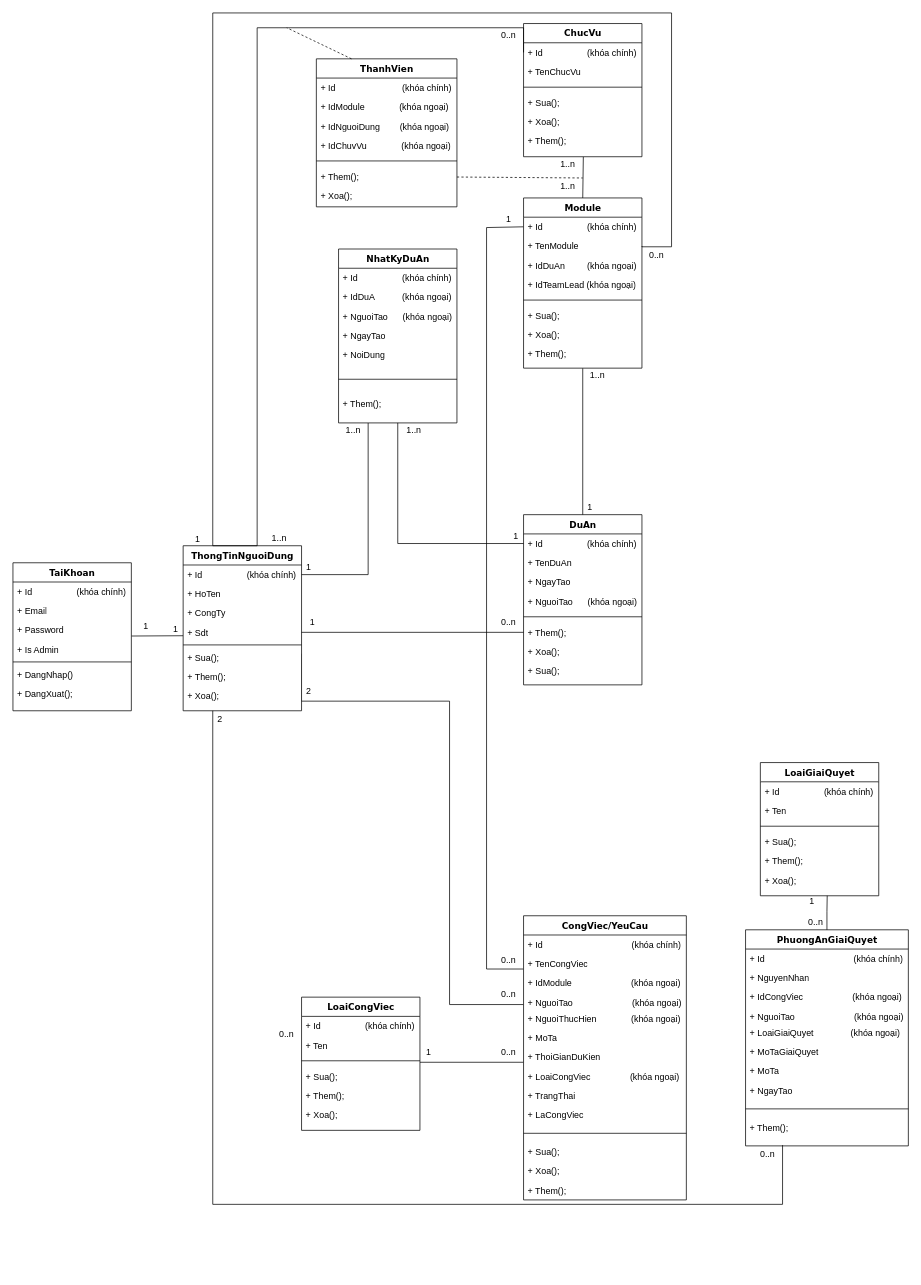
Before: page "Page-4" (4 of 4) of document/bieu do/bieu dolop/bieudolop.drawio in vukal2k/MyDoAn, a draw.io diagram. Source tidied: cells renumbered, new cells numbered last; positions are measured from the earlier drawing's top-left corner, leaving out a move shared by most shapes. Both pictures are drawn from the tidied source at 74%, with x=0, y=0 at pixel (13, 13).
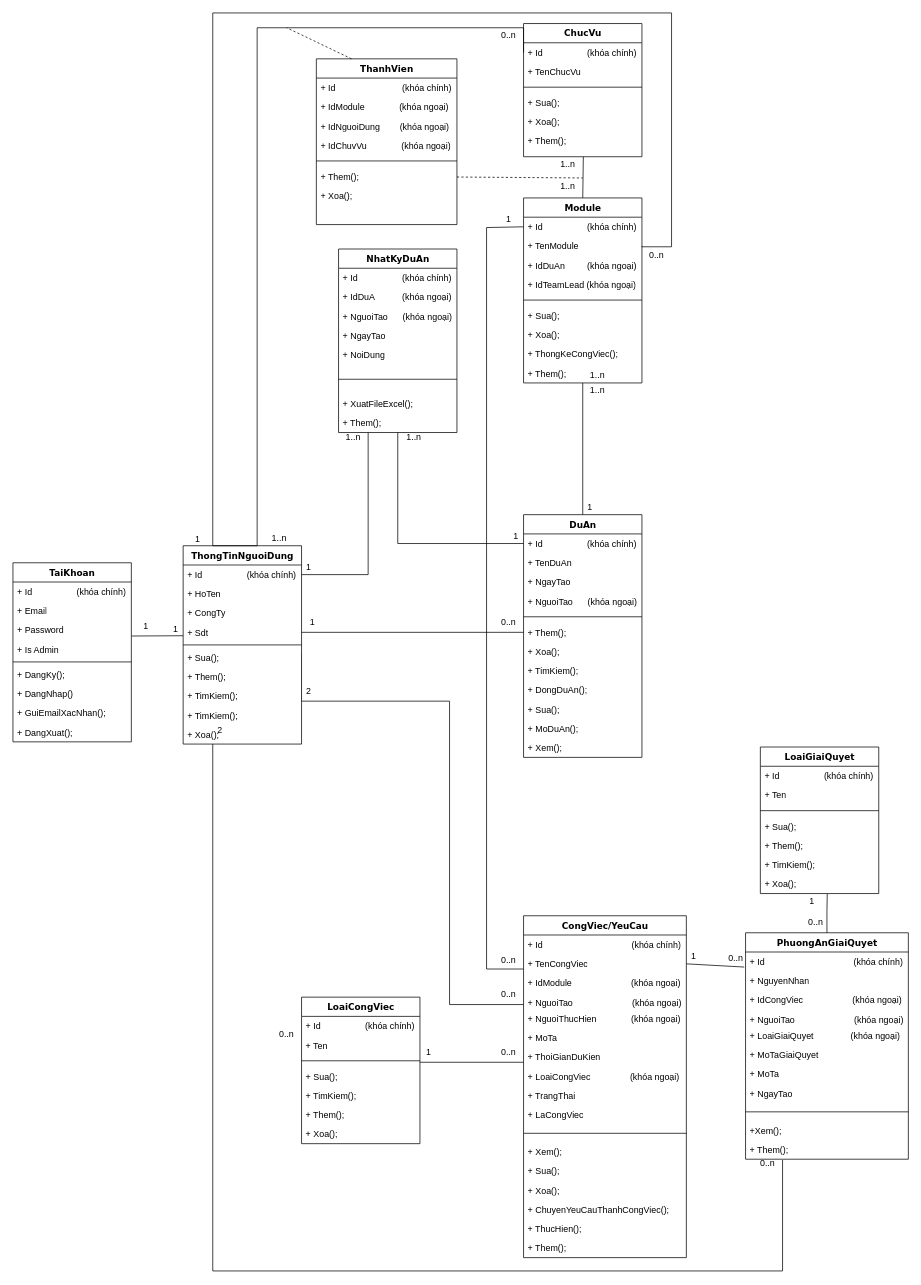
The same diagram, later.

The change refers to these unchanged cells:
```xml
<mxCell id="42" value="+ TenCongViec" style="text;html=1;strokeColor=none;fillColor=none;align=left;verticalAlign=top;spacingLeft=4;spacingRight=4;whiteSpace=wrap;overflow=hidden;points=[[0,0.5],[1,0.5]];portConstraint=eastwest;" parent="40" vertex="1">
  <mxGeometry y="52" width="220" height="26" as="geometry" />
</mxCell>
<mxCell id="57" value="+ Id&amp;nbsp; &amp;nbsp; &amp;nbsp; &amp;nbsp; &amp;nbsp; &amp;nbsp; &amp;nbsp; &amp;nbsp; &amp;nbsp; &amp;nbsp; &amp;nbsp; &amp;nbsp; &amp;nbsp; &amp;nbsp; &amp;nbsp; &amp;nbsp; &amp;nbsp; &amp;nbsp; (khóa chính)" style="text;html=1;strokeColor=none;fillColor=none;align=left;verticalAlign=top;spacingLeft=4;spacingRight=4;whiteSpace=wrap;overflow=hidden;points=[[0,0.5],[1,0.5]];portConstraint=eastwest;" parent="56" vertex="1">
  <mxGeometry y="26" width="220" height="26" as="geometry" />
</mxCell>
```

What changed in the source:
```diff
@@
     <mxCell id="16" value="ThongTinNguoiDung" style="swimlane;html=1;fontStyle=1;align=center;verticalAlign=top;horizontal=1;startSize=26;swimlaneFillColor=#ffffff;rounded=0;shadow=0;comic=0;labelBackgroundColor=none;strokeColor=#000000;strokeWidth=1;fillColor=none;fontFamily=Verdana;fontSize=12;fontColor=#000000;" parent="1" vertex="1">
-      <mxGeometry x="230" y="720" width="160" height="223" as="geometry" />
+      <mxGeometry x="230" y="720" width="160" height="268" as="geometry" />
     </mxCell>
@@
+    <mxCell id="143" value="+ TimKiem();" style="text;html=1;strokeColor=none;fillColor=none;align=left;verticalAlign=top;spacingLeft=4;spacingRight=4;whiteSpace=wrap;overflow=hidden;" parent="16" vertex="1">
+      <mxGeometry y="190" width="160" height="26" as="geometry" />
+    </mxCell>
+    <mxCell id="144" value="+ TimKiem();" style="text;html=1;strokeColor=none;fillColor=none;align=left;verticalAlign=top;spacingLeft=4;spacingRight=4;whiteSpace=wrap;overflow=hidden;" parent="16" vertex="1">
+      <mxGeometry y="216" width="160" height="26" as="geometry" />
+    </mxCell>
     <mxCell id="24" value="+ Xoa();" style="text;html=1;strokeColor=none;fillColor=none;align=left;verticalAlign=top;spacingLeft=4;spacingRight=4;whiteSpace=wrap;overflow=hidden;" parent="16" vertex="1">
-      <mxGeometry y="190" width="160" height="26" as="geometry" />
+      <mxGeometry y="242" width="160" height="26" as="geometry" />
     </mxCell>
     <mxCell id="25" value="TaiKhoan" style="swimlane;html=1;fontStyle=1;align=center;verticalAlign=top;horizontal=1;startSize=26;swimlaneFillColor=#ffffff;rounded=0;shadow=0;comic=0;labelBackgroundColor=none;strokeColor=#000000;strokeWidth=1;fillColor=none;fontFamily=Verdana;fontSize=12;fontColor=#000000;" parent="1" vertex="1">
-      <mxGeometry y="743" width="160" height="200" as="geometry" />
+      <mxGeometry y="743" width="160" height="242" as="geometry" />
     </mxCell>
@@
+    <mxCell id="145" value="+ DangKy();" style="text;html=1;strokeColor=none;fillColor=none;align=left;verticalAlign=top;spacingLeft=4;spacingRight=4;whiteSpace=wrap;overflow=hidden;" parent="25" vertex="1">
+      <mxGeometry y="138" width="160" height="26" as="geometry" />
+    </mxCell>
     <mxCell id="31" value="+ DangNhap()" style="text;html=1;strokeColor=none;fillColor=none;align=left;verticalAlign=top;spacingLeft=4;spacingRight=4;whiteSpace=wrap;overflow=hidden;" parent="25" vertex="1">
-      <mxGeometry y="138" width="160" height="26" as="geometry" />
+      <mxGeometry y="164" width="160" height="26" as="geometry" />
     </mxCell>
+    <mxCell id="146" value="+ GuiEmailXacNhan();" style="text;html=1;strokeColor=none;fillColor=none;align=left;verticalAlign=top;spacingLeft=4;spacingRight=4;whiteSpace=wrap;overflow=hidden;" parent="25" vertex="1">
+      <mxGeometry y="190" width="160" height="26" as="geometry" />
+    </mxCell>
     <mxCell id="32" value="+ DangXuat();" style="text;html=1;strokeColor=none;fillColor=none;align=left;verticalAlign=top;spacingLeft=4;spacingRight=4;whiteSpace=wrap;overflow=hidden;" parent="25" vertex="1">
-      <mxGeometry y="164" width="160" height="26" as="geometry" />
+      <mxGeometry y="216" width="160" height="26" as="geometry" />
     </mxCell>
     <mxCell id="33" value="LoaiCongViec" style="swimlane;html=1;fontStyle=1;align=center;verticalAlign=top;horizontal=1;startSize=26;swimlaneFillColor=#ffffff;rounded=0;shadow=0;comic=0;labelBackgroundColor=none;strokeColor=#000000;strokeWidth=1;fillColor=none;fontFamily=Verdana;fontSize=12;fontColor=#000000;" parent="1" vertex="1">
-      <mxGeometry x="390" y="1330" width="160" height="180" as="geometry" />
+      <mxGeometry x="390" y="1330" width="160" height="198" as="geometry" />
     </mxCell>
@@
+    <mxCell id="147" value="+ TimKiem();" style="text;html=1;strokeColor=none;fillColor=none;align=left;verticalAlign=top;spacingLeft=4;spacingRight=4;whiteSpace=wrap;overflow=hidden;" parent="33" vertex="1">
+      <mxGeometry y="120" width="160" height="26" as="geometry" />
+    </mxCell>
     <mxCell id="38" value="+ Them();" style="text;html=1;strokeColor=none;fillColor=none;align=left;verticalAlign=top;spacingLeft=4;spacingRight=4;whiteSpace=wrap;overflow=hidden;" parent="33" vertex="1">
-      <mxGeometry y="120" width="160" height="26" as="geometry" />
+      <mxGeometry y="146" width="160" height="26" as="geometry" />
     </mxCell>
     <mxCell id="39" value="+ Xoa();" style="text;html=1;strokeColor=none;fillColor=none;align=left;verticalAlign=top;spacingLeft=4;spacingRight=4;whiteSpace=wrap;overflow=hidden;" parent="33" vertex="1">
-      <mxGeometry y="146" width="160" height="26" as="geometry" />
+      <mxGeometry y="172" width="160" height="26" as="geometry" />
     </mxCell>
     <mxCell id="40" value="CongViec/YeuCau" style="swimlane;html=1;fontStyle=1;align=center;verticalAlign=top;horizontal=1;startSize=26;swimlaneFillColor=#ffffff;rounded=0;shadow=0;comic=0;labelBackgroundColor=none;strokeColor=#000000;strokeWidth=1;fillColor=none;fontFamily=Verdana;fontSize=12;fontColor=#000000;" parent="1" vertex="1">
-      <mxGeometry x="690" y="1220" width="220" height="384" as="geometry" />
+      <mxGeometry x="690" y="1220" width="220" height="462" as="geometry" />
     </mxCell>
@@
+    <mxCell id="148" value="+ Xem();" style="text;html=1;strokeColor=none;fillColor=none;align=left;verticalAlign=top;spacingLeft=4;spacingRight=4;whiteSpace=wrap;overflow=hidden;" parent="40" vertex="1">
+      <mxGeometry y="306" width="220" height="26" as="geometry" />
+    </mxCell>
     <mxCell id="52" value="+ Sua();" style="text;html=1;strokeColor=none;fillColor=none;align=left;verticalAlign=top;spacingLeft=4;spacingRight=4;whiteSpace=wrap;overflow=hidden;" parent="40" vertex="1">
-      <mxGeometry y="306" width="220" height="26" as="geometry" />
+      <mxGeometry y="332" width="220" height="26" as="geometry" />
     </mxCell>
     <mxCell id="53" value="+ Xoa();" style="text;html=1;strokeColor=none;fillColor=none;align=left;verticalAlign=top;spacingLeft=4;spacingRight=4;whiteSpace=wrap;overflow=hidden;" parent="40" vertex="1">
-      <mxGeometry y="332" width="220" height="26" as="geometry" />
+      <mxGeometry y="358" width="220" height="26" as="geometry" />
     </mxCell>
+    <mxCell id="149" value="+ ChuyenYeuCauThanhCongViec();" style="text;html=1;strokeColor=none;fillColor=none;align=left;verticalAlign=top;spacingLeft=4;spacingRight=4;whiteSpace=wrap;overflow=hidden;" parent="40" vertex="1">
+      <mxGeometry y="384" width="220" height="26" as="geometry" />
+    </mxCell>
+    <mxCell id="150" value="+ ThucHien();" style="text;html=1;strokeColor=none;fillColor=none;align=left;verticalAlign=top;spacingLeft=4;spacingRight=4;whiteSpace=wrap;overflow=hidden;" parent="40" vertex="1">
+      <mxGeometry y="410" width="220" height="26" as="geometry" />
+    </mxCell>
     <mxCell id="54" value="+ Them();" style="text;html=1;strokeColor=none;fillColor=none;align=left;verticalAlign=top;spacingLeft=4;spacingRight=4;whiteSpace=wrap;overflow=hidden;" parent="40" vertex="1">
-      <mxGeometry y="358" width="220" height="26" as="geometry" />
+      <mxGeometry y="436" width="220" height="26" as="geometry" />
     </mxCell>
@@
     <mxCell id="56" value="PhuongAnGiaiQuyet" style="swimlane;html=1;fontStyle=1;align=center;verticalAlign=top;horizontal=1;startSize=26;swimlaneFillColor=#ffffff;rounded=0;shadow=0;comic=0;labelBackgroundColor=none;strokeColor=#000000;strokeWidth=1;fillColor=none;fontFamily=Verdana;fontSize=12;fontColor=#000000;" parent="1" vertex="1">
-      <mxGeometry x="990" y="1239" width="220" height="292" as="geometry" />
+      <mxGeometry x="990" y="1243" width="220" height="306" as="geometry" />
     </mxCell>
@@
+    <mxCell id="151" value="+Xem();" style="text;html=1;strokeColor=none;fillColor=none;align=left;verticalAlign=top;spacingLeft=4;spacingRight=4;whiteSpace=wrap;overflow=hidden;" parent="56" vertex="1">
+      <mxGeometry y="254" width="220" height="26" as="geometry" />
+    </mxCell>
     <mxCell id="66" value="+ Them();" style="text;html=1;strokeColor=none;fillColor=none;align=left;verticalAlign=top;spacingLeft=4;spacingRight=4;whiteSpace=wrap;overflow=hidden;" parent="56" vertex="1">
-      <mxGeometry y="254" width="220" height="26" as="geometry" />
+      <mxGeometry y="280" width="220" height="26" as="geometry" />
     </mxCell>
@@
     <mxCell id="69" value="Module" style="swimlane;html=1;fontStyle=1;align=center;verticalAlign=top;horizontal=1;startSize=26;swimlaneFillColor=#ffffff;rounded=0;shadow=0;comic=0;labelBackgroundColor=none;strokeColor=#000000;strokeWidth=1;fillColor=none;fontFamily=Verdana;fontSize=12;fontColor=#000000;" parent="1" vertex="1">
-      <mxGeometry x="690" y="250" width="160" height="230" as="geometry" />
+      <mxGeometry x="690" y="250" width="160" height="250" as="geometry" />
     </mxCell>
@@
+    <mxCell id="152" value="+ ThongKeCongViec();" style="text;html=1;strokeColor=none;fillColor=none;align=left;verticalAlign=top;spacingLeft=4;spacingRight=4;whiteSpace=wrap;overflow=hidden;" parent="69" vertex="1">
+      <mxGeometry y="198" width="160" height="26" as="geometry" />
+    </mxCell>
     <mxCell id="77" value="+ Them();" style="text;html=1;strokeColor=none;fillColor=none;align=left;verticalAlign=top;spacingLeft=4;spacingRight=4;whiteSpace=wrap;overflow=hidden;" parent="69" vertex="1">
-      <mxGeometry y="198" width="160" height="26" as="geometry" />
+      <mxGeometry y="224" width="160" height="26" as="geometry" />
     </mxCell>
     <mxCell id="78" value="DuAn" style="swimlane;html=1;fontStyle=1;align=center;verticalAlign=top;horizontal=1;startSize=26;swimlaneFillColor=#ffffff;rounded=0;shadow=0;comic=0;labelBackgroundColor=none;strokeColor=#000000;strokeWidth=1;fillColor=none;fontFamily=Verdana;fontSize=12;fontColor=#000000;" parent="1" vertex="1">
-      <mxGeometry x="690" y="678" width="160" height="230" as="geometry" />
+      <mxGeometry x="690" y="678" width="160" height="328" as="geometry" />
     </mxCell>
@@
+    <mxCell id="153" value="+ TimKiem();" style="text;html=1;strokeColor=none;fillColor=none;align=left;verticalAlign=top;spacingLeft=4;spacingRight=4;whiteSpace=wrap;overflow=hidden;" parent="78" vertex="1">
+      <mxGeometry y="198" width="160" height="26" as="geometry" />
+    </mxCell>
+    <mxCell id="154" value="+ DongDuAn();" style="text;html=1;strokeColor=none;fillColor=none;align=left;verticalAlign=top;spacingLeft=4;spacingRight=4;whiteSpace=wrap;overflow=hidden;" parent="78" vertex="1">
+      <mxGeometry y="224" width="160" height="26" as="geometry" />
+    </mxCell>
     <mxCell id="86" value="+ Sua();" style="text;html=1;strokeColor=none;fillColor=none;align=left;verticalAlign=top;spacingLeft=4;spacingRight=4;whiteSpace=wrap;overflow=hidden;" parent="78" vertex="1">
-      <mxGeometry y="198" width="160" height="26" as="geometry" />
+      <mxGeometry y="250" width="160" height="26" as="geometry" />
     </mxCell>
+    <mxCell id="155" value="+ MoDuAn();" style="text;html=1;strokeColor=none;fillColor=none;align=left;verticalAlign=top;spacingLeft=4;spacingRight=4;whiteSpace=wrap;overflow=hidden;" parent="78" vertex="1">
+      <mxGeometry y="276" width="160" height="26" as="geometry" />
+    </mxCell>
+    <mxCell id="156" value="+ Xem();" style="text;html=1;strokeColor=none;fillColor=none;align=left;verticalAlign=top;spacingLeft=4;spacingRight=4;whiteSpace=wrap;overflow=hidden;" parent="78" vertex="1">
+      <mxGeometry y="302" width="160" height="26" as="geometry" />
+    </mxCell>
@@
     <mxCell id="94" value="LoaiGiaiQuyet" style="swimlane;html=1;fontStyle=1;align=center;verticalAlign=top;horizontal=1;startSize=26;swimlaneFillColor=#ffffff;rounded=0;shadow=0;comic=0;labelBackgroundColor=none;strokeColor=#000000;strokeWidth=1;fillColor=none;fontFamily=Verdana;fontSize=12;fontColor=#000000;" parent="1" vertex="1">
-      <mxGeometry x="1010" y="1013" width="160" height="180" as="geometry" />
+      <mxGeometry x="1010" y="992" width="160" height="198" as="geometry" />
     </mxCell>
@@
+    <mxCell id="157" value="+ TimKiem();" style="text;html=1;strokeColor=none;fillColor=none;align=left;verticalAlign=top;spacingLeft=4;spacingRight=4;whiteSpace=wrap;overflow=hidden;" parent="94" vertex="1">
+      <mxGeometry y="146" width="160" height="26" as="geometry" />
+    </mxCell>
     <mxCell id="100" value="+ Xoa();" style="text;html=1;strokeColor=none;fillColor=none;align=left;verticalAlign=top;spacingLeft=4;spacingRight=4;whiteSpace=wrap;overflow=hidden;" parent="94" vertex="1">
-      <mxGeometry y="146" width="160" height="26" as="geometry" />
+      <mxGeometry y="172" width="160" height="26" as="geometry" />
     </mxCell>
@@
     <mxCell id="102" value="NhatKyDuAn" style="swimlane;html=1;fontStyle=1;align=center;verticalAlign=top;horizontal=1;startSize=26;swimlaneFillColor=#ffffff;rounded=0;shadow=0;comic=0;labelBackgroundColor=none;strokeColor=#000000;strokeWidth=1;fillColor=none;fontFamily=Verdana;fontSize=12;fontColor=#000000;" parent="1" vertex="1">
-      <mxGeometry x="440" y="319" width="160" height="235" as="geometry" />
+      <mxGeometry x="440" y="319" width="160" height="248" as="geometry" />
     </mxCell>
@@
+    <mxCell id="158" value="+ XuatFileExcel();" style="text;html=1;strokeColor=none;fillColor=none;align=left;verticalAlign=top;spacingLeft=4;spacingRight=4;whiteSpace=wrap;overflow=hidden;" parent="102" vertex="1">
+      <mxGeometry y="196" width="160" height="26" as="geometry" />
+    </mxCell>
     <mxCell id="109" value="+ Them();" style="text;html=1;strokeColor=none;fillColor=none;align=left;verticalAlign=top;spacingLeft=4;spacingRight=4;whiteSpace=wrap;overflow=hidden;" parent="102" vertex="1">
-      <mxGeometry y="196" width="160" height="26" as="geometry" />
+      <mxGeometry y="222" width="160" height="26" as="geometry" />
     </mxCell>
-    <mxCell id="110" style="edgeStyle=orthogonalEdgeStyle;rounded=0;jettySize=auto;html=1;entryX=0.25;entryY=1;entryDx=0;entryDy=0;endArrow=none;endFill=0;" parent="1" edge="1" target="16">
+    <mxCell id="110" style="edgeStyle=orthogonalEdgeStyle;rounded=0;jettySize=auto;html=1;entryX=0.25;entryY=1;entryDx=0;entryDy=0;endArrow=none;endFill=0;exitX=1;exitY=0.25;exitDx=0;exitDy=0;" parent="1" edge="1" source="123" target="16">
       <mxGeometry relative="1" as="geometry">
-        <mxPoint x="1040" y="1530" as="sourcePoint" />
         <Array as="points">
-          <mxPoint x="1040" y="1610" />
-          <mxPoint x="270" y="1610" />
+          <mxPoint x="1040" y="1700" />
+          <mxPoint x="270" y="1700" />
         </Array>
       </mxGeometry>
     </mxCell>
@@
     <mxCell id="113" value="ThanhVien" style="swimlane;html=1;fontStyle=1;align=center;verticalAlign=top;horizontal=1;startSize=26;swimlaneFillColor=#ffffff;rounded=0;shadow=0;comic=0;labelBackgroundColor=none;strokeColor=#000000;strokeWidth=1;fillColor=none;fontFamily=Verdana;fontSize=12;fontColor=#000000;" parent="1" vertex="1">
-      <mxGeometry x="410" y="62" width="190" height="200" as="geometry" />
+      <mxGeometry x="410" y="62" width="190" height="224" as="geometry" />
     </mxCell>
@@
     <mxCell id="123" value="0..n" style="text;html=1;strokeColor=none;fillColor=none;align=center;verticalAlign=middle;whiteSpace=wrap;rounded=0;" parent="1" vertex="1">
-      <mxGeometry x="1000" y="1532" width="40" height="20" as="geometry" />
+      <mxGeometry x="1000" y="1545" width="40" height="20" as="geometry" />
     </mxCell>
@@
     <mxCell id="127" value="2" style="text;html=1;strokeColor=none;fillColor=none;align=center;verticalAlign=middle;whiteSpace=wrap;rounded=0;" parent="1" vertex="1">
-      <mxGeometry x="270" y="944" width="20" height="20" as="geometry" />
+      <mxGeometry x="270" y="959" width="20" height="20" as="geometry" />
     </mxCell>
@@
     <mxCell id="138" value="1..n" style="text;html=1;strokeColor=none;fillColor=none;align=center;verticalAlign=middle;whiteSpace=wrap;rounded=0;" parent="1" vertex="1">
-      <mxGeometry x="440" y="554" width="40" height="20" as="geometry" />
+      <mxGeometry x="440" y="564" width="40" height="20" as="geometry" />
     </mxCell>
     <mxCell id="139" value="1..n" style="text;html=1;strokeColor=none;fillColor=none;align=center;verticalAlign=middle;whiteSpace=wrap;rounded=0;" parent="1" vertex="1">
-      <mxGeometry x="522" y="554" width="40" height="20" as="geometry" />
+      <mxGeometry x="522" y="564" width="40" height="20" as="geometry" />
     </mxCell>
@@
+    <mxCell id="159" style="rounded=0;jettySize=auto;html=1;exitX=1;exitY=0.5;exitDx=0;exitDy=0;entryX=-0.008;entryY=0.782;entryDx=0;entryDy=0;entryPerimeter=0;endArrow=none;endFill=0;" parent="1" edge="1" source="42" target="57">
+      <mxGeometry relative="1" as="geometry" />
+    </mxCell>
+    <mxCell id="160" value="0..n" style="text;html=1;strokeColor=none;fillColor=none;align=center;verticalAlign=middle;whiteSpace=wrap;rounded=0;" parent="1" vertex="1">
+      <mxGeometry x="957" y="1268" width="40" height="20" as="geometry" />
+    </mxCell>
+    <mxCell id="161" value="1" style="text;html=1;strokeColor=none;fillColor=none;align=center;verticalAlign=middle;whiteSpace=wrap;rounded=0;" parent="1" vertex="1">
+      <mxGeometry x="900" y="1265" width="40" height="20" as="geometry" />
+    </mxCell>
+    <mxCell id="162" value="1..n" style="text;html=1;strokeColor=none;fillColor=none;align=center;verticalAlign=middle;whiteSpace=wrap;rounded=0;" parent="1" vertex="1">
+      <mxGeometry x="770" y="500" width="40" height="20" as="geometry" />
+    </mxCell>
```
